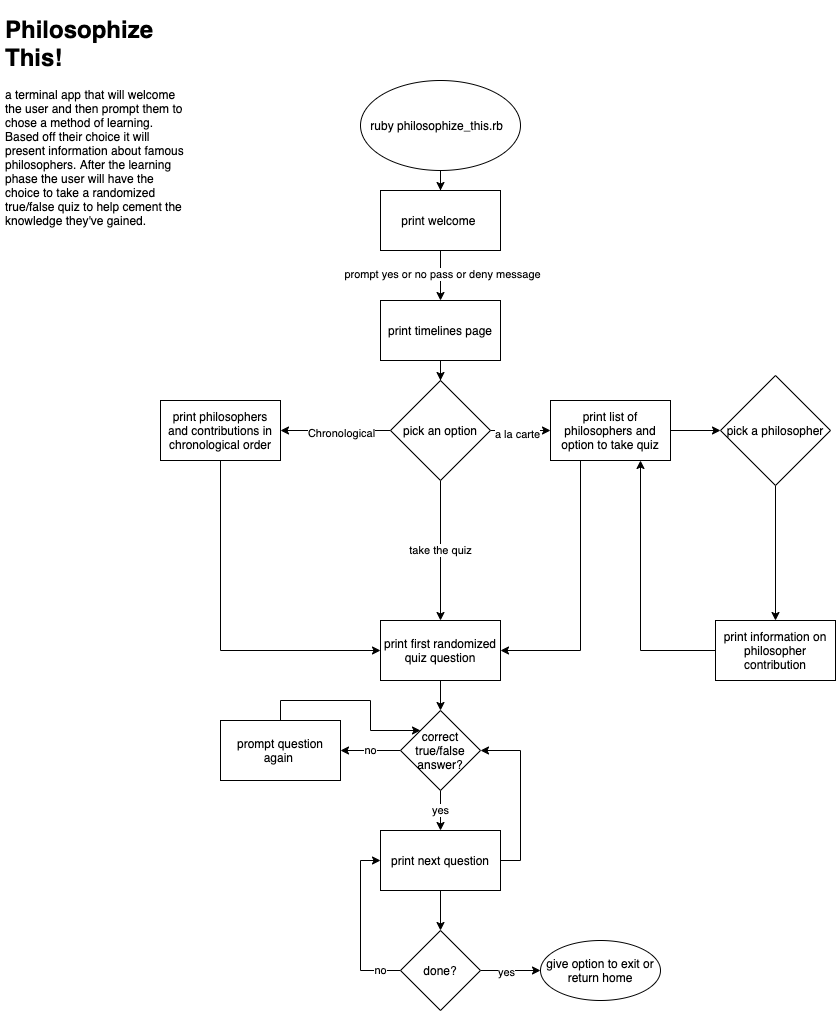
This is philo-quiz.png from Ausiarm/RubyAppT1CA, a draw.io export, as it was before one commit. Source tidied: cells renumbered, new cells last; positions are measured from the earlier drawing's top-left corner, leaving out a move shared by most shapes.
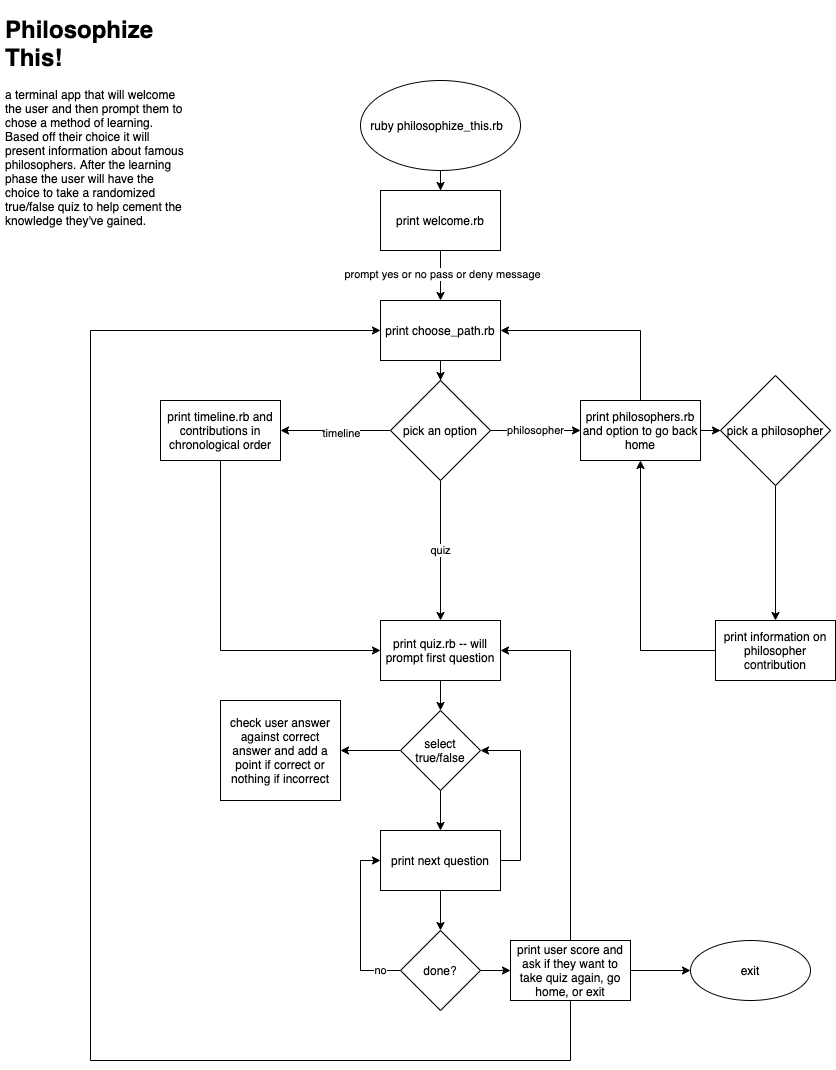
Later version of the same file.

Diff of the diagram source:
```diff
@@ -17,28 +17,25 @@
     <mxCell id="6" value="prompt yes or no pass or deny message" style="edgeLabel;html=1;align=center;verticalAlign=middle;" parent="5" vertex="1">
       <mxGeometry x="-0.07" y="1" relative="1" as="geometry" />
     </mxCell>
-    <mxCell id="7" value="print welcome&amp;nbsp;" style="whiteSpace=wrap;html=1;" parent="1" vertex="1">
+    <mxCell id="7" value="print welcome.rb" style="whiteSpace=wrap;html=1;" parent="1" vertex="1">
       <mxGeometry x="380" y="180" width="120" height="60" as="geometry" />
     </mxCell>
     <mxCell id="8" style="edgeStyle=orthogonalEdgeStyle;rounded=0;jettySize=auto;html=1;" parent="1" edge="1" source="9" target="15">
       <mxGeometry relative="1" as="geometry" />
     </mxCell>
-    <mxCell id="9" value="print timelines page" style="whiteSpace=wrap;html=1;" parent="1" vertex="1">
+    <mxCell id="9" value="print choose_path.rb" style="whiteSpace=wrap;html=1;" parent="1" vertex="1">
       <mxGeometry x="380" y="290" width="120" height="60" as="geometry" />
     </mxCell>
     <mxCell id="10" style="edgeStyle=orthogonalEdgeStyle;rounded=0;jettySize=auto;html=1;" parent="1" edge="1" source="15" target="17">
       <mxGeometry relative="1" as="geometry" />
     </mxCell>
-    <mxCell id="11" value="Chronological" style="edgeLabel;html=1;align=center;verticalAlign=middle;" parent="10" vertex="1">
+    <mxCell id="11" value="timeline" style="edgeLabel;html=1;align=center;verticalAlign=middle;" parent="10" vertex="1">
       <mxGeometry x="-0.09" y="2" relative="1" as="geometry" />
     </mxCell>
-    <mxCell id="12" style="edgeStyle=orthogonalEdgeStyle;rounded=0;jettySize=auto;html=1;" parent="1" edge="1" source="15" target="20">
+    <mxCell id="12" value="philosopher" style="edgeStyle=orthogonalEdgeStyle;rounded=0;jettySize=auto;html=1;" parent="1" edge="1" source="15" target="20">
       <mxGeometry relative="1" as="geometry" />
     </mxCell>
-    <mxCell id="13" value="a la carte" style="edgeLabel;html=1;align=center;verticalAlign=middle;" parent="12" vertex="1">
-      <mxGeometry x="-0.12" y="-3" relative="1" as="geometry" />
-    </mxCell>
-    <mxCell id="14" value="take the quiz" style="edgeStyle=orthogonalEdgeStyle;rounded=0;jettySize=auto;html=1;" parent="1" edge="1" source="15" target="22">
+    <mxCell id="14" value="quiz" style="edgeStyle=orthogonalEdgeStyle;rounded=0;jettySize=auto;html=1;" parent="1" edge="1" source="15" target="22">
       <mxGeometry relative="1" as="geometry" />
     </mxCell>
     <mxCell id="15" value="pick an option" style="rhombus;whiteSpace=wrap;html=1;" parent="1" vertex="1">
@@ -47,31 +44,31 @@
     <mxCell id="16" style="edgeStyle=orthogonalEdgeStyle;rounded=0;jettySize=auto;html=1;entryX=0;entryY=0.5;entryDx=0;entryDy=0;exitX=0.5;exitY=1;exitDx=0;exitDy=0;" parent="1" edge="1" source="17" target="22">
       <mxGeometry relative="1" as="geometry" />
     </mxCell>
-    <mxCell id="17" value="print philosophers and contributions in chronological order" style="whiteSpace=wrap;html=1;" parent="1" vertex="1">
+    <mxCell id="17" value="print timeline.rb and contributions in chronological order" style="whiteSpace=wrap;html=1;" parent="1" vertex="1">
       <mxGeometry x="160" y="390" width="120" height="60" as="geometry" />
     </mxCell>
     <mxCell id="18" style="edgeStyle=orthogonalEdgeStyle;rounded=0;jettySize=auto;html=1;" parent="1" edge="1" source="20" target="27">
       <mxGeometry relative="1" as="geometry" />
     </mxCell>
-    <mxCell id="19" style="edgeStyle=orthogonalEdgeStyle;rounded=0;jettySize=auto;html=1;exitX=0.25;exitY=1;exitDx=0;exitDy=0;entryX=1;entryY=0.5;entryDx=0;entryDy=0;" parent="1" edge="1" source="20" target="22">
-      <mxGeometry relative="1" as="geometry" />
-    </mxCell>
+    <mxCell id="40" style="edgeStyle=orthogonalEdgeStyle;rounded=0;jettySize=auto;html=1;exitX=0.5;exitY=0;exitDx=0;exitDy=0;entryX=1;entryY=0.5;entryDx=0;entryDy=0;" parent="1" edge="1" source="20" target="9">
+      <mxGeometry relative="1" as="geometry" />
+    </mxCell>
-    <mxCell id="20" value="print list of philosophers and option to take quiz" style="whiteSpace=wrap;html=1;" parent="1" vertex="1">
-      <mxGeometry x="550" y="390" width="120" height="60" as="geometry" />
+    <mxCell id="20" value="print philosophers.rb and option to go back home" style="whiteSpace=wrap;html=1;" parent="1" vertex="1">
+      <mxGeometry x="580" y="390" width="120" height="60" as="geometry" />
     </mxCell>
     <mxCell id="21" style="edgeStyle=orthogonalEdgeStyle;rounded=0;jettySize=auto;html=1;" parent="1" edge="1" source="22" target="25">
       <mxGeometry relative="1" as="geometry" />
     </mxCell>
-    <mxCell id="22" value="print first randomized quiz question" style="whiteSpace=wrap;html=1;" parent="1" vertex="1">
+    <mxCell id="22" value="print quiz.rb -- will prompt first question" style="whiteSpace=wrap;html=1;" parent="1" vertex="1">
       <mxGeometry x="380" y="610" width="120" height="60" as="geometry" />
     </mxCell>
-    <mxCell id="23" value="yes" style="edgeStyle=orthogonalEdgeStyle;rounded=0;jettySize=auto;html=1;" parent="1" edge="1" source="25" target="37">
+    <mxCell id="23" style="edgeStyle=orthogonalEdgeStyle;rounded=0;jettySize=auto;html=1;" parent="1" edge="1" source="25" target="37">
       <mxGeometry relative="1" as="geometry" />
     </mxCell>
-    <mxCell id="24" value="no" style="edgeStyle=orthogonalEdgeStyle;rounded=0;jettySize=auto;html=1;" parent="1" edge="1" source="25" target="39">
-      <mxGeometry relative="1" as="geometry" />
-    </mxCell>
+    <mxCell id="41" style="edgeStyle=orthogonalEdgeStyle;rounded=0;jettySize=auto;html=1;" parent="1" edge="1" source="25" target="43">
+      <mxGeometry relative="1" as="geometry" />
+    </mxCell>
-    <mxCell id="25" value="correct true/false answer?" style="rhombus;whiteSpace=wrap;html=1;" parent="1" vertex="1">
+    <mxCell id="25" value="select true/false" style="rhombus;whiteSpace=wrap;html=1;" parent="1" vertex="1">
       <mxGeometry x="400" y="700" width="80" height="80" as="geometry" />
     </mxCell>
     <mxCell id="26" style="edgeStyle=orthogonalEdgeStyle;rounded=0;jettySize=auto;html=1;" parent="1" edge="1" source="27" target="29">
@@ -80,26 +77,29 @@
     <mxCell id="27" value="pick a philosopher" style="rhombus;whiteSpace=wrap;html=1;" parent="1" vertex="1">
       <mxGeometry x="720" y="365" width="110" height="110" as="geometry" />
     </mxCell>
-    <mxCell id="28" style="edgeStyle=orthogonalEdgeStyle;rounded=0;jettySize=auto;html=1;exitX=0;exitY=0.5;exitDx=0;exitDy=0;entryX=0.75;entryY=1;entryDx=0;entryDy=0;" parent="1" edge="1" source="29" target="20">
-      <mxGeometry relative="1" as="geometry" />
+    <mxCell id="28" style="edgeStyle=orthogonalEdgeStyle;rounded=0;jettySize=auto;html=1;exitX=0;exitY=0.5;exitDx=0;exitDy=0;" parent="1" edge="1" source="29">
+      <mxGeometry relative="1" as="geometry">
+        <mxPoint x="640" y="450" as="targetPoint" />
+        <Array as="points">
+          <mxPoint x="640" y="640" />
+          <mxPoint x="640" y="450" />
+        </Array>
+      </mxGeometry>
     </mxCell>
     <mxCell id="29" value="print information on philosopher contribution" style="whiteSpace=wrap;html=1;" parent="1" vertex="1">
       <mxGeometry x="715" y="610" width="120" height="60" as="geometry" />
     </mxCell>
-    <mxCell id="30" style="edgeStyle=orthogonalEdgeStyle;rounded=0;jettySize=auto;html=1;" parent="1" edge="1" source="33" target="34">
-      <mxGeometry relative="1" as="geometry" />
-    </mxCell>
-    <mxCell id="31" value="yes" style="edgeLabel;html=1;align=center;verticalAlign=middle;" parent="30" vertex="1">
-      <mxGeometry x="-0.17" y="-1" relative="1" as="geometry" />
-    </mxCell>
     <mxCell id="32" value="no" style="edgeStyle=orthogonalEdgeStyle;rounded=0;jettySize=auto;html=1;exitX=0;exitY=0.5;exitDx=0;exitDy=0;entryX=0;entryY=0.5;entryDx=0;entryDy=0;" parent="1" edge="1" source="33" target="37">
       <mxGeometry x="-0.76" relative="1" as="geometry" />
     </mxCell>
+    <mxCell id="42" style="edgeStyle=orthogonalEdgeStyle;rounded=0;jettySize=auto;html=1;" parent="1" edge="1" source="33" target="47">
+      <mxGeometry relative="1" as="geometry" />
+    </mxCell>
     <mxCell id="33" value="done?" style="rhombus;whiteSpace=wrap;html=1;" parent="1" vertex="1">
       <mxGeometry x="400" y="920" width="80" height="80" as="geometry" />
     </mxCell>
-    <mxCell id="34" value="give option to exit or return home" style="ellipse;whiteSpace=wrap;html=1;" parent="1" vertex="1">
-      <mxGeometry x="540" y="930" width="120" height="60" as="geometry" />
+    <mxCell id="34" value="exit" style="ellipse;whiteSpace=wrap;html=1;" parent="1" vertex="1">
+      <mxGeometry x="690" y="930" width="120" height="60" as="geometry" />
     </mxCell>
     <mxCell id="35" style="edgeStyle=orthogonalEdgeStyle;rounded=0;jettySize=auto;html=1;exitX=1;exitY=0.5;exitDx=0;exitDy=0;entryX=1;entryY=0.5;entryDx=0;entryDy=0;" parent="1" edge="1" source="37" target="25">
       <mxGeometry relative="1" as="geometry" />
@@ -110,11 +110,26 @@
     <mxCell id="37" value="print next question" style="whiteSpace=wrap;html=1;" parent="1" vertex="1">
       <mxGeometry x="380" y="820" width="120" height="60" as="geometry" />
     </mxCell>
-    <mxCell id="38" style="edgeStyle=orthogonalEdgeStyle;rounded=0;jettySize=auto;html=1;exitX=0.5;exitY=0;exitDx=0;exitDy=0;entryX=0;entryY=0;entryDx=0;entryDy=0;" parent="1" edge="1" source="39" target="25">
-      <mxGeometry relative="1" as="geometry" />
-    </mxCell>
-    <mxCell id="39" value="prompt question again&amp;nbsp;" style="whiteSpace=wrap;html=1;" parent="1" vertex="1">
-      <mxGeometry x="220" y="710" width="120" height="60" as="geometry" />
-    </mxCell>
+    <mxCell id="43" value="check user answer against correct answer and add a point if correct or nothing if incorrect&lt;br&gt;" style="whiteSpace=wrap;html=1;" parent="1" vertex="1">
+      <mxGeometry x="220" y="690" width="120" height="100" as="geometry" />
+    </mxCell>
+    <mxCell id="44" style="edgeStyle=orthogonalEdgeStyle;rounded=0;jettySize=auto;html=1;exitX=0.5;exitY=0;exitDx=0;exitDy=0;entryX=1;entryY=0.5;entryDx=0;entryDy=0;" parent="1" edge="1" source="47" target="22">
+      <mxGeometry relative="1" as="geometry" />
+    </mxCell>
+    <mxCell id="45" style="edgeStyle=orthogonalEdgeStyle;rounded=0;jettySize=auto;html=1;exitX=0.5;exitY=1;exitDx=0;exitDy=0;entryX=0;entryY=0.5;entryDx=0;entryDy=0;" parent="1" edge="1" source="47" target="9">
+      <mxGeometry relative="1" as="geometry">
+        <Array as="points">
+          <mxPoint x="570" y="1050" />
+          <mxPoint x="90" y="1050" />
+          <mxPoint x="90" y="320" />
+        </Array>
+      </mxGeometry>
+    </mxCell>
+    <mxCell id="46" style="edgeStyle=orthogonalEdgeStyle;rounded=0;jettySize=auto;html=1;exitX=1;exitY=0.5;exitDx=0;exitDy=0;entryX=0;entryY=0.5;entryDx=0;entryDy=0;" parent="1" edge="1" source="47" target="34">
+      <mxGeometry relative="1" as="geometry" />
+    </mxCell>
+    <mxCell id="47" value="print user score and ask if they want to take quiz again, go home, or exit" style="whiteSpace=wrap;html=1;" parent="1" vertex="1">
+      <mxGeometry x="510" y="930" width="120" height="60" as="geometry" />
+    </mxCell>
   </root>
 </mxGraphModel>
```
